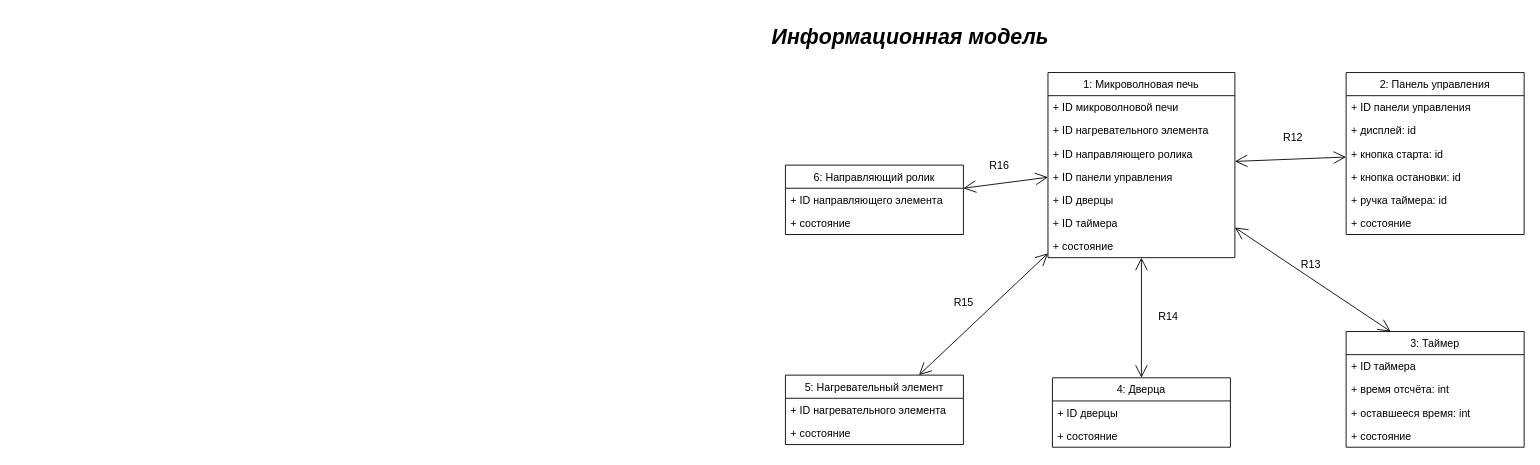
Above: page "ИМ" (1 of 5) of antsor/lab_05/lab_05.drawio in SGCube/IU7-Object-Oriented-Programming (draw.io), before the change. Source tidied: cells renumbered, new cells numbered last; positions are measured from the earlier drawing's top-left corner, leaving out a move shared by most shapes. Both pictures are drawn from the tidied source at 89%, with x=0, y=0 at pixel (785, 28).
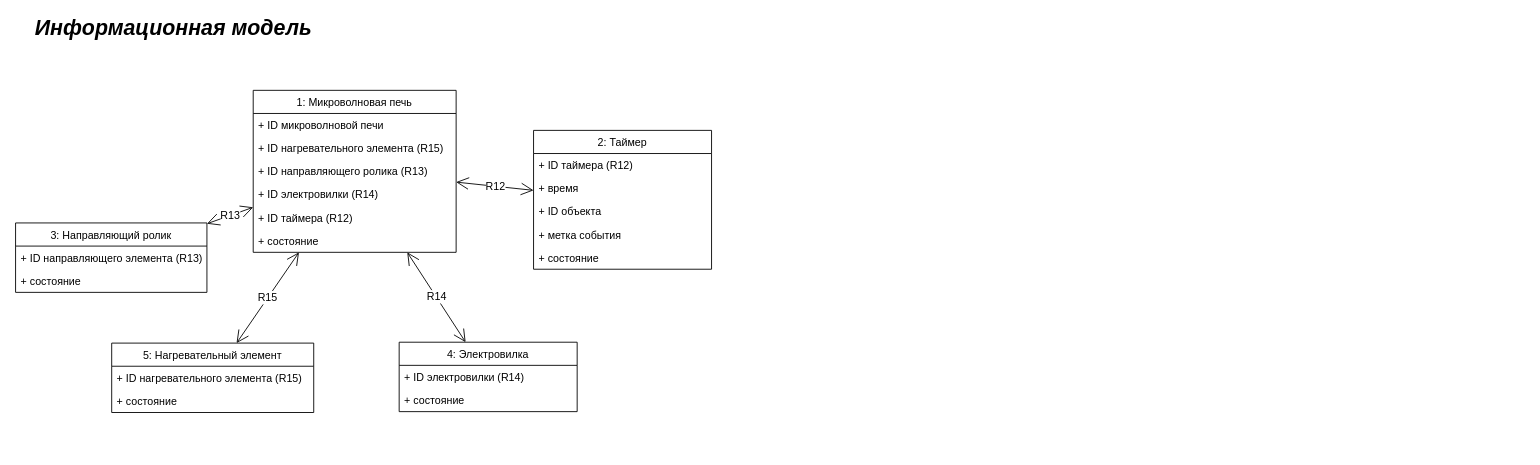
The same page after the edit.

Commit message (it also covers changes not shown here):
lab_05_a: small cosmetical fix & dpdd event exits

Diff of the diagram source:
```diff
@@
-    <mxCell id="2" value="Информационная модель" style="text;html=1;align=center;verticalAlign=middle;fillColor=none;strokeColor=none;rounded=0;fontStyle=3;fontSize=24;" parent="1" vertex="1">
-      <mxGeometry x="60" width="160" height="20" as="geometry" />
+    <mxCell id="2" value="Информационная модель" style="text;html=1;align=left;verticalAlign=middle;fillColor=none;strokeColor=none;rounded=0;fontStyle=3;fontSize=24;labelPosition=center;verticalLabelPosition=middle;" parent="1" vertex="1">
+      <mxGeometry x="-845" y="-10" width="160" height="20" as="geometry" />
     </mxCell>
-    <mxCell id="3" value="1: Микроволновая печь" style="swimlane;fontStyle=0;horizontal=1;startSize=26;fillColor=none;fontSize=12;" parent="1" vertex="1">
-      <mxGeometry x="295" y="50" width="210" height="208" as="geometry" />
+    <mxCell id="3" value="1: Микроволновая печь" style="swimlane;fontStyle=0;horizontal=1;startSize=26;fontSize=12;labelBackgroundColor=none;fillColor=#ffffff;" parent="1" vertex="1">
+      <mxGeometry x="-598" y="70" width="228" height="182" as="geometry" />
     </mxCell>
-    <mxCell id="4" value="+ ID микроволновой печи" style="text;strokeColor=none;fillColor=none;align=left;verticalAlign=top;spacingLeft=4;spacingRight=4;overflow=hidden;" parent="3" vertex="1">
-      <mxGeometry y="26" width="210" height="26" as="geometry" />
+    <mxCell id="4" value="+ ID микроволновой печи" style="text;strokeColor=none;fillColor=none;align=left;verticalAlign=top;spacingLeft=4;spacingRight=4;overflow=hidden;labelBackgroundColor=#FFFFFF;" parent="3" vertex="1">
+      <mxGeometry y="26" width="228" height="26" as="geometry" />
     </mxCell>
-    <mxCell id="5" value="+ ID нагревательного элемента" style="text;strokeColor=none;fillColor=none;align=left;verticalAlign=top;spacingLeft=4;spacingRight=4;overflow=hidden;" parent="3" vertex="1">
-      <mxGeometry y="52" width="210" height="26" as="geometry" />
-    </mxCell>
-    <mxCell id="6" value="+ ID направляющего ролика&#10;" style="text;strokeColor=none;fillColor=none;align=left;verticalAlign=top;spacingLeft=4;spacingRight=4;overflow=hidden;" parent="3" vertex="1">
-      <mxGeometry y="78" width="210" height="26" as="geometry" />
-    </mxCell>
-    <mxCell id="7" value="+ ID панели управления&#10;" style="text;strokeColor=none;fillColor=none;align=left;verticalAlign=top;spacingLeft=4;spacingRight=4;overflow=hidden;" parent="3" vertex="1">
-      <mxGeometry y="104" width="210" height="26" as="geometry" />
-    </mxCell>
-    <mxCell id="8" value="+ ID дверцы&#10;" style="text;strokeColor=none;fillColor=none;align=left;verticalAlign=top;spacingLeft=4;spacingRight=4;overflow=hidden;" parent="3" vertex="1">
-      <mxGeometry y="130" width="210" height="26" as="geometry" />
-    </mxCell>
-    <mxCell id="9" value="+ ID таймера&#10;" style="text;strokeColor=none;fillColor=none;align=left;verticalAlign=top;spacingLeft=4;spacingRight=4;overflow=hidden;" parent="3" vertex="1">
-      <mxGeometry y="156" width="210" height="26" as="geometry" />
-    </mxCell>
-    <mxCell id="10" value="+ состояние&#10;" style="text;strokeColor=none;fillColor=none;align=left;verticalAlign=top;spacingLeft=4;spacingRight=4;overflow=hidden;" parent="3" vertex="1">
-      <mxGeometry y="182" width="210" height="26" as="geometry" />
-    </mxCell>
+    <mxCell id="42" value="+ ID нагревательного элемента (R15)" style="text;strokeColor=none;fillColor=none;align=left;verticalAlign=top;spacingLeft=4;spacingRight=4;overflow=hidden;labelBackgroundColor=#FFFFFF;" parent="3" vertex="1">
+      <mxGeometry y="52" width="228" height="26" as="geometry" />
+    </mxCell>
+    <mxCell id="43" value="+ ID направляющего ролика (R13)&#10;" style="text;strokeColor=none;fillColor=none;align=left;verticalAlign=top;spacingLeft=4;spacingRight=4;overflow=hidden;labelBackgroundColor=#FFFFFF;" parent="3" vertex="1">
+      <mxGeometry y="78" width="228" height="26" as="geometry" />
+    </mxCell>
+    <mxCell id="44" value="+ ID электровилки (R14)&#10;" style="text;strokeColor=none;fillColor=none;align=left;verticalAlign=top;spacingLeft=4;spacingRight=4;overflow=hidden;labelBackgroundColor=#FFFFFF;" parent="3" vertex="1">
+      <mxGeometry y="104" width="228" height="26" as="geometry" />
+    </mxCell>
+    <mxCell id="45" value="+ ID таймера (R12)&#10;" style="text;strokeColor=none;fillColor=none;align=left;verticalAlign=top;spacingLeft=4;spacingRight=4;overflow=hidden;labelBackgroundColor=#FFFFFF;" parent="3" vertex="1">
+      <mxGeometry y="130" width="228" height="26" as="geometry" />
+    </mxCell>
+    <mxCell id="46" value="+ состояние&#10;" style="text;strokeColor=none;fillColor=none;align=left;verticalAlign=top;spacingLeft=4;spacingRight=4;overflow=hidden;labelBackgroundColor=#FFFFFF;" parent="3" vertex="1">
+      <mxGeometry y="156" width="228" height="26" as="geometry" />
+    </mxCell>
-    <mxCell id="11" value="5: Нагревательный элемент" style="swimlane;fontStyle=0;horizontal=1;startSize=26;fillColor=none;fontSize=12;" parent="1" vertex="1">
-      <mxGeometry y="390" width="200" height="78" as="geometry" />
+    <mxCell id="11" value="5: Нагревательный элемент" style="swimlane;fontStyle=0;horizontal=1;startSize=26;fillColor=#ffffff;fontSize=12;labelBackgroundColor=#FFFFFF;" parent="1" vertex="1">
+      <mxGeometry x="-757" y="354" width="227" height="78" as="geometry" />
     </mxCell>
-    <mxCell id="12" value="+ ID нагревательного элемента" style="text;strokeColor=none;fillColor=none;align=left;verticalAlign=top;spacingLeft=4;spacingRight=4;overflow=hidden;" parent="11" vertex="1">
-      <mxGeometry y="26" width="200" height="26" as="geometry" />
-    </mxCell>
-    <mxCell id="13" value="+ состояние" style="text;strokeColor=none;fillColor=none;align=left;verticalAlign=top;spacingLeft=4;spacingRight=4;overflow=hidden;" parent="11" vertex="1">
-      <mxGeometry y="52" width="200" height="26" as="geometry" />
-    </mxCell>
-    <mxCell id="14" value="6: Направляющий ролик" style="swimlane;fontStyle=0;horizontal=1;startSize=26;fillColor=none;fontSize=12;" parent="1" vertex="1">
-      <mxGeometry y="154" width="200" height="78" as="geometry" />
-    </mxCell>
-    <mxCell id="15" value="+ ID направляющего элемента" style="text;strokeColor=none;fillColor=none;align=left;verticalAlign=top;spacingLeft=4;spacingRight=4;overflow=hidden;" parent="14" vertex="1">
-      <mxGeometry y="26" width="200" height="26" as="geometry" />
-    </mxCell>
-    <mxCell id="16" value="+ состояние" style="text;strokeColor=none;fillColor=none;align=left;verticalAlign=top;spacingLeft=4;spacingRight=4;overflow=hidden;" parent="14" vertex="1">
-      <mxGeometry y="52" width="200" height="26" as="geometry" />
-    </mxCell>
-    <mxCell id="17" value="2: Панель управления" style="swimlane;fontStyle=0;horizontal=1;startSize=26;fillColor=none;fontSize=12;" parent="1" vertex="1">
-      <mxGeometry x="630" y="50" width="200" height="182" as="geometry" />
-    </mxCell>
-    <mxCell id="18" value="+ ID панели управления" style="text;strokeColor=none;fillColor=none;align=left;verticalAlign=top;spacingLeft=4;spacingRight=4;overflow=hidden;" parent="17" vertex="1">
-      <mxGeometry y="26" width="200" height="26" as="geometry" />
-    </mxCell>
-    <mxCell id="19" value="+ дисплей: id" style="text;strokeColor=none;fillColor=none;align=left;verticalAlign=top;spacingLeft=4;spacingRight=4;overflow=hidden;" parent="17" vertex="1">
-      <mxGeometry y="52" width="200" height="26" as="geometry" />
-    </mxCell>
-    <mxCell id="20" value="+ кнопка старта: id" style="text;strokeColor=none;fillColor=none;align=left;verticalAlign=top;spacingLeft=4;spacingRight=4;overflow=hidden;" parent="17" vertex="1">
-      <mxGeometry y="78" width="200" height="26" as="geometry" />
-    </mxCell>
-    <mxCell id="21" value="+ кнопка остановки: id" style="text;strokeColor=none;fillColor=none;align=left;verticalAlign=top;spacingLeft=4;spacingRight=4;overflow=hidden;" parent="17" vertex="1">
-      <mxGeometry y="104" width="200" height="26" as="geometry" />
-    </mxCell>
-    <mxCell id="22" value="+ ручка таймера: id" style="text;strokeColor=none;fillColor=none;align=left;verticalAlign=top;spacingLeft=4;spacingRight=4;overflow=hidden;" parent="17" vertex="1">
-      <mxGeometry y="130" width="200" height="26" as="geometry" />
-    </mxCell>
-    <mxCell id="23" value="+ состояние" style="text;strokeColor=none;fillColor=none;align=left;verticalAlign=top;spacingLeft=4;spacingRight=4;overflow=hidden;" parent="17" vertex="1">
-      <mxGeometry y="156" width="200" height="26" as="geometry" />
-    </mxCell>
-    <mxCell id="24" value="4: Дверца" style="swimlane;fontStyle=0;horizontal=1;startSize=26;fillColor=none;fontSize=12;" parent="1" vertex="1">
-      <mxGeometry x="300" y="393" width="200" height="78" as="geometry" />
-    </mxCell>
-    <mxCell id="25" value="+ ID дверцы" style="text;strokeColor=none;fillColor=none;align=left;verticalAlign=top;spacingLeft=4;spacingRight=4;overflow=hidden;" parent="24" vertex="1">
-      <mxGeometry y="26" width="200" height="26" as="geometry" />
-    </mxCell>
-    <mxCell id="26" value="+ состояние" style="text;strokeColor=none;fillColor=none;align=left;verticalAlign=top;spacingLeft=4;spacingRight=4;overflow=hidden;" parent="24" vertex="1">
-      <mxGeometry y="52" width="200" height="26" as="geometry" />
-    </mxCell>
-    <mxCell id="27" value="3: Таймер" style="swimlane;fontStyle=0;horizontal=1;startSize=26;fillColor=none;fontSize=12;" parent="1" vertex="1">
-      <mxGeometry x="630" y="341" width="200" height="130" as="geometry" />
-    </mxCell>
-    <mxCell id="28" value="+ ID таймера" style="text;strokeColor=none;fillColor=none;align=left;verticalAlign=top;spacingLeft=4;spacingRight=4;overflow=hidden;" parent="27" vertex="1">
-      <mxGeometry y="26" width="200" height="26" as="geometry" />
-    </mxCell>
-    <mxCell id="29" value="+ время отсчёта: int" style="text;strokeColor=none;fillColor=none;align=left;verticalAlign=top;spacingLeft=4;spacingRight=4;overflow=hidden;" parent="27" vertex="1">
-      <mxGeometry y="52" width="200" height="26" as="geometry" />
-    </mxCell>
-    <mxCell id="30" value="+ оставшееся время: int" style="text;strokeColor=none;fillColor=none;align=left;verticalAlign=top;spacingLeft=4;spacingRight=4;overflow=hidden;" parent="27" vertex="1">
-      <mxGeometry y="78" width="200" height="26" as="geometry" />
-    </mxCell>
-    <mxCell id="31" value="+ состояние" style="text;strokeColor=none;fillColor=none;align=left;verticalAlign=top;spacingLeft=4;spacingRight=4;overflow=hidden;" parent="27" vertex="1">
-      <mxGeometry y="104" width="200" height="26" as="geometry" />
-    </mxCell>
-    <mxCell id="32" style="endArrow=open;endFill=0;endSize=12;fontSize=12;startArrow=open;startFill=0;targetPerimeterSpacing=0;sourcePerimeterSpacing=0;strokeWidth=1;startSize=12;html=1;labelBackgroundColor=none;" parent="1" edge="1" source="3" target="17">
-      <mxGeometry relative="1" as="geometry" />
-    </mxCell>
+    <mxCell id="47" value="+ ID нагревательного элемента (R15)" style="text;strokeColor=none;fillColor=none;align=left;verticalAlign=top;spacingLeft=4;spacingRight=4;overflow=hidden;labelBackgroundColor=#FFFFFF;" parent="11" vertex="1">
+      <mxGeometry y="26" width="227" height="26" as="geometry" />
+    </mxCell>
+    <mxCell id="48" value="+ состояние" style="text;strokeColor=none;fillColor=none;align=left;verticalAlign=top;spacingLeft=4;spacingRight=4;overflow=hidden;labelBackgroundColor=#FFFFFF;" parent="11" vertex="1">
+      <mxGeometry y="52" width="227" height="26" as="geometry" />
+    </mxCell>
+    <mxCell id="49" value="3: Направляющий ролик" style="swimlane;fontStyle=0;horizontal=1;startSize=26;fillColor=#ffffff;fontSize=12;labelBackgroundColor=#FFFFFF;" parent="1" vertex="1">
+      <mxGeometry x="-865" y="219" width="215" height="78" as="geometry" />
+    </mxCell>
+    <mxCell id="50" value="+ ID направляющего элемента (R13)" style="text;strokeColor=none;fillColor=none;align=left;verticalAlign=top;spacingLeft=4;spacingRight=4;overflow=hidden;labelBackgroundColor=#FFFFFF;" parent="49" vertex="1">
+      <mxGeometry y="26" width="215" height="26" as="geometry" />
+    </mxCell>
+    <mxCell id="51" value="+ состояние" style="text;strokeColor=none;fillColor=none;align=left;verticalAlign=top;spacingLeft=4;spacingRight=4;overflow=hidden;labelBackgroundColor=#FFFFFF;" parent="49" vertex="1">
+      <mxGeometry y="52" width="215" height="26" as="geometry" />
+    </mxCell>
+    <mxCell id="52" value="2: Таймер" style="swimlane;fontStyle=0;horizontal=1;startSize=26;fillColor=#ffffff;fontSize=12;labelBackgroundColor=#FFFFFF;" parent="1" vertex="1">
+      <mxGeometry x="-283" y="115" width="200" height="156" as="geometry" />
+    </mxCell>
+    <mxCell id="53" value="+ ID таймера (R12)" style="text;strokeColor=none;fillColor=none;align=left;verticalAlign=top;spacingLeft=4;spacingRight=4;overflow=hidden;labelBackgroundColor=#FFFFFF;" parent="52" vertex="1">
+      <mxGeometry y="26" width="200" height="26" as="geometry" />
+    </mxCell>
+    <mxCell id="54" value="+ время" style="text;strokeColor=none;fillColor=none;align=left;verticalAlign=top;spacingLeft=4;spacingRight=4;overflow=hidden;labelBackgroundColor=#FFFFFF;" parent="52" vertex="1">
+      <mxGeometry y="52" width="200" height="26" as="geometry" />
+    </mxCell>
+    <mxCell id="55" value="+ ID объекта" style="text;strokeColor=none;fillColor=none;align=left;verticalAlign=top;spacingLeft=4;spacingRight=4;overflow=hidden;labelBackgroundColor=#FFFFFF;" parent="52" vertex="1">
+      <mxGeometry y="78" width="200" height="26" as="geometry" />
+    </mxCell>
+    <mxCell id="56" value="+ метка события" style="text;strokeColor=none;fillColor=none;align=left;verticalAlign=top;spacingLeft=4;spacingRight=4;overflow=hidden;labelBackgroundColor=#FFFFFF;" parent="52" vertex="1">
+      <mxGeometry y="104" width="200" height="26" as="geometry" />
+    </mxCell>
+    <mxCell id="57" value="+ состояние" style="text;strokeColor=none;fillColor=none;align=left;verticalAlign=top;spacingLeft=4;spacingRight=4;overflow=hidden;labelBackgroundColor=#FFFFFF;" parent="52" vertex="1">
+      <mxGeometry y="130" width="200" height="26" as="geometry" />
+    </mxCell>
-    <mxCell id="33" value="R12" style="text;html=1;align=center;verticalAlign=middle;spacingTop=-4;fontSize=12;" parent="1" vertex="1">
-      <mxGeometry x="550" y="115" width="40" height="20" as="geometry" />
+    <mxCell id="33" value="R12" style="endArrow=open;endFill=0;endSize=12;fontSize=12;startArrow=open;startFill=0;targetPerimeterSpacing=0;sourcePerimeterSpacing=0;strokeWidth=1;startSize=12;html=1;labelBackgroundColor=#FFFFFF;" parent="1" edge="1" source="3" target="52">
+      <mxGeometry relative="1" as="geometry" />
     </mxCell>
-    <mxCell id="34" style="endArrow=open;endFill=0;endSize=12;fontSize=12;entryX=0.25;entryY=0;entryDx=0;entryDy=0;startArrow=open;startFill=0;targetPerimeterSpacing=0;sourcePerimeterSpacing=0;strokeWidth=1;startSize=12;html=1;labelBackgroundColor=none;" parent="1" edge="1" source="3" target="27">
-      <mxGeometry relative="1" as="geometry" />
-    </mxCell>
+    <mxCell id="39" value="R15" style="endArrow=open;endFill=0;endSize=12;fontSize=12;startArrow=open;startFill=0;targetPerimeterSpacing=0;sourcePerimeterSpacing=0;strokeWidth=1;startSize=12;html=1;labelBackgroundColor=#FFFFFF;" parent="1" edge="1" source="3" target="11">
+      <mxGeometry relative="1" as="geometry" />
+    </mxCell>
-    <mxCell id="35" value="R13" style="text;html=1;align=center;verticalAlign=middle;spacingTop=-4;fontSize=12;" parent="1" vertex="1">
-      <mxGeometry x="570" y="258" width="40" height="20" as="geometry" />
+    <mxCell id="35" value="R13" style="endArrow=open;endFill=0;endSize=12;fontSize=12;startArrow=open;startFill=0;targetPerimeterSpacing=0;sourcePerimeterSpacing=0;strokeWidth=1;startSize=12;html=1;labelBackgroundColor=#FFFFFF;" parent="1" edge="1" source="3" target="49">
+      <mxGeometry relative="1" as="geometry" />
     </mxCell>
-    <mxCell id="36" style="endArrow=open;endFill=0;endSize=12;fontSize=12;startArrow=open;startFill=0;targetPerimeterSpacing=0;sourcePerimeterSpacing=0;strokeWidth=1;startSize=12;html=1;labelBackgroundColor=none;" parent="1" edge="1" source="3" target="24">
-      <mxGeometry relative="1" as="geometry" />
-    </mxCell>
+    <mxCell id="58" value="4: Электровилка" style="swimlane;fontStyle=0;horizontal=1;startSize=26;fillColor=#ffffff;fontSize=12;labelBackgroundColor=#FFFFFF;" parent="1" vertex="1">
+      <mxGeometry x="-434" y="353" width="200" height="78" as="geometry" />
+    </mxCell>
+    <mxCell id="59" value="+ ID электровилки (R14)" style="text;strokeColor=none;fillColor=none;align=left;verticalAlign=top;spacingLeft=4;spacingRight=4;overflow=hidden;labelBackgroundColor=#FFFFFF;" parent="58" vertex="1">
+      <mxGeometry y="26" width="200" height="26" as="geometry" />
+    </mxCell>
+    <mxCell id="60" value="+ состояние" style="text;strokeColor=none;fillColor=none;align=left;verticalAlign=top;spacingLeft=4;spacingRight=4;overflow=hidden;labelBackgroundColor=#FFFFFF;" parent="58" vertex="1">
+      <mxGeometry y="52" width="200" height="26" as="geometry" />
+    </mxCell>
-    <mxCell id="37" value="R14&lt;br&gt;" style="text;html=1;align=center;verticalAlign=middle;spacingTop=-4;fontSize=12;" parent="1" vertex="1">
-      <mxGeometry x="410" y="315.5" width="40" height="20" as="geometry" />
+    <mxCell id="37" value="R14" style="endArrow=open;endFill=0;endSize=12;fontSize=12;startArrow=open;startFill=0;targetPerimeterSpacing=0;sourcePerimeterSpacing=0;strokeWidth=1;startSize=12;html=1;labelBackgroundColor=#FFFFFF;" parent="1" edge="1" source="3" target="58">
+      <mxGeometry relative="1" as="geometry" />
     </mxCell>
-    <mxCell id="38" style="endArrow=open;endFill=0;endSize=12;fontSize=12;entryX=0.75;entryY=0;entryDx=0;entryDy=0;startArrow=open;startFill=0;targetPerimeterSpacing=0;sourcePerimeterSpacing=0;strokeWidth=1;startSize=12;html=1;labelBackgroundColor=none;" parent="1" edge="1" source="3" target="11">
-      <mxGeometry relative="1" as="geometry" />
-    </mxCell>
-    <mxCell id="39" value="R15&lt;br&gt;" style="text;html=1;align=center;verticalAlign=middle;spacingTop=-4;fontSize=12;" parent="1" vertex="1">
-      <mxGeometry x="180" y="301" width="40" height="20" as="geometry" />
-    </mxCell>
-    <mxCell id="40" style="endArrow=open;endFill=0;endSize=12;fontSize=12;startArrow=open;startFill=0;targetPerimeterSpacing=0;sourcePerimeterSpacing=0;strokeWidth=1;startSize=12;html=1;labelBackgroundColor=none;" parent="1" edge="1" source="3" target="14">
-      <mxGeometry relative="1" as="geometry" />
-    </mxCell>
-    <mxCell id="41" value="R16&lt;br&gt;" style="text;html=1;align=center;verticalAlign=middle;spacingTop=-4;fontSize=12;" parent="1" vertex="1">
-      <mxGeometry x="220" y="147" width="40" height="20" as="geometry" />
-    </mxCell>
```
